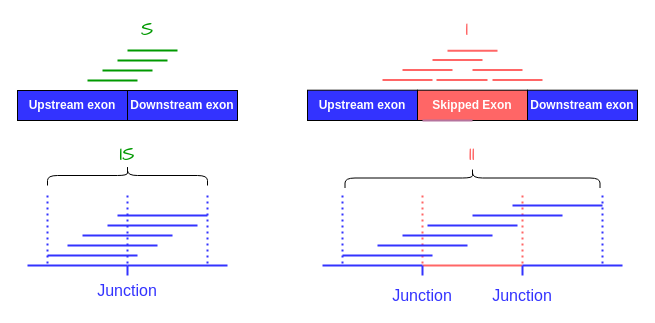
Earlier version of the draw.io diagram effective length.drawio (zyz-hust/Image-from-drawio). Source tidied: cells renumbered, new cells numbered last; positions are measured from the earlier drawing's top-left corner, leaving out a move shared by most shapes. Both pictures are drawn from the tidied source at 100%, with x=0, y=0 at pixel (17, 20).
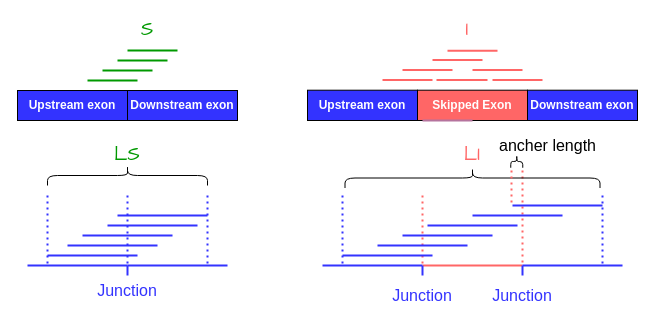
The same page after the edit.

The change refers to these unchanged cells:
```xml
<mxCell id="2" style="group;" parent="1" vertex="1">
  <mxGeometry x="10" y="125" width="200" height="155" as="geometry" />
</mxCell>
<mxCell id="40" style="group;" parent="1" vertex="1">
  <mxGeometry x="305" y="125" width="300" height="160" as="geometry" />
</mxCell>
```

Diff of the diagram source:
```diff
@@
-    <mxCell id="16" value="&lt;font color=&quot;#009900&quot; style=&quot;font-size: 19px&quot; face=&quot;Comic Sans MS&quot;&gt;IS&lt;/font&gt;" style="text;html=1;strokeColor=none;fillColor=none;align=center;verticalAlign=middle;whiteSpace=wrap;rounded=0;" parent="2" vertex="1">
+    <mxCell id="16" value="&lt;font color=&quot;#009900&quot; style=&quot;font-size: 19px&quot; face=&quot;Comic Sans MS&quot;&gt;LS&lt;/font&gt;" style="text;html=1;strokeColor=none;fillColor=none;align=center;verticalAlign=middle;whiteSpace=wrap;rounded=0;" parent="2" vertex="1">
       <mxGeometry x="80" width="40" height="20" as="geometry" />
     </mxCell>
@@
     <mxCell id="45" style="endArrow=none;dashed=1;html=1;dashPattern=1 2;strokeWidth=2;fontSize=16;fontColor=#3333FF;strokeColor=#FF6666;" parent="40" edge="1">
       <mxGeometry relative="1" as="geometry">
-        <mxPoint x="200" y="50" as="sourcePoint" />
+        <mxPoint x="200" y="25" as="sourcePoint" />
         <mxPoint x="200" y="120" as="targetPoint" />
       </mxGeometry>
     </mxCell>
@@
-    <mxCell id="59" value="&lt;font style=&quot;font-size: 19px&quot; face=&quot;Comic Sans MS&quot; color=&quot;#ff6666&quot;&gt;II&lt;/font&gt;" style="text;html=1;strokeColor=none;fillColor=none;align=center;verticalAlign=middle;whiteSpace=wrap;rounded=0;" parent="40" vertex="1">
+    <mxCell id="59" value="&lt;font style=&quot;font-size: 19px&quot; face=&quot;Comic Sans MS&quot; color=&quot;#ff6666&quot;&gt;LI&lt;/font&gt;" style="text;html=1;strokeColor=none;fillColor=none;align=center;verticalAlign=middle;whiteSpace=wrap;rounded=0;" parent="40" vertex="1">
       <mxGeometry x="130" width="40" height="20" as="geometry" />
     </mxCell>
+    <mxCell id="60" style="endArrow=none;dashed=1;html=1;dashPattern=1 2;strokeWidth=2;fontSize=16;fontColor=#3333FF;strokeColor=#FF6666;" parent="40" edge="1">
+      <mxGeometry relative="1" as="geometry">
+        <mxPoint x="189" y="25" as="sourcePoint" />
+        <mxPoint x="189" y="61" as="targetPoint" />
+      </mxGeometry>
+    </mxCell>
+    <mxCell id="61" style="shape=curlyBracket;whiteSpace=wrap;html=1;rounded=1;fillColor=none;fontSize=16;fontColor=#3333FF;rotation=90;" parent="40" vertex="1">
+      <mxGeometry x="188" y="10" width="12.5" height="12" as="geometry" />
+    </mxCell>
+    <mxCell id="62" value="&lt;font style=&quot;font-size: 16px&quot;&gt;ancher length&lt;/font&gt;" style="text;html=1;strokeColor=none;fillColor=none;align=center;verticalAlign=middle;whiteSpace=wrap;rounded=0;" parent="40" vertex="1">
+      <mxGeometry x="170" y="-10" width="110.8" height="20" as="geometry" />
+    </mxCell>
```
